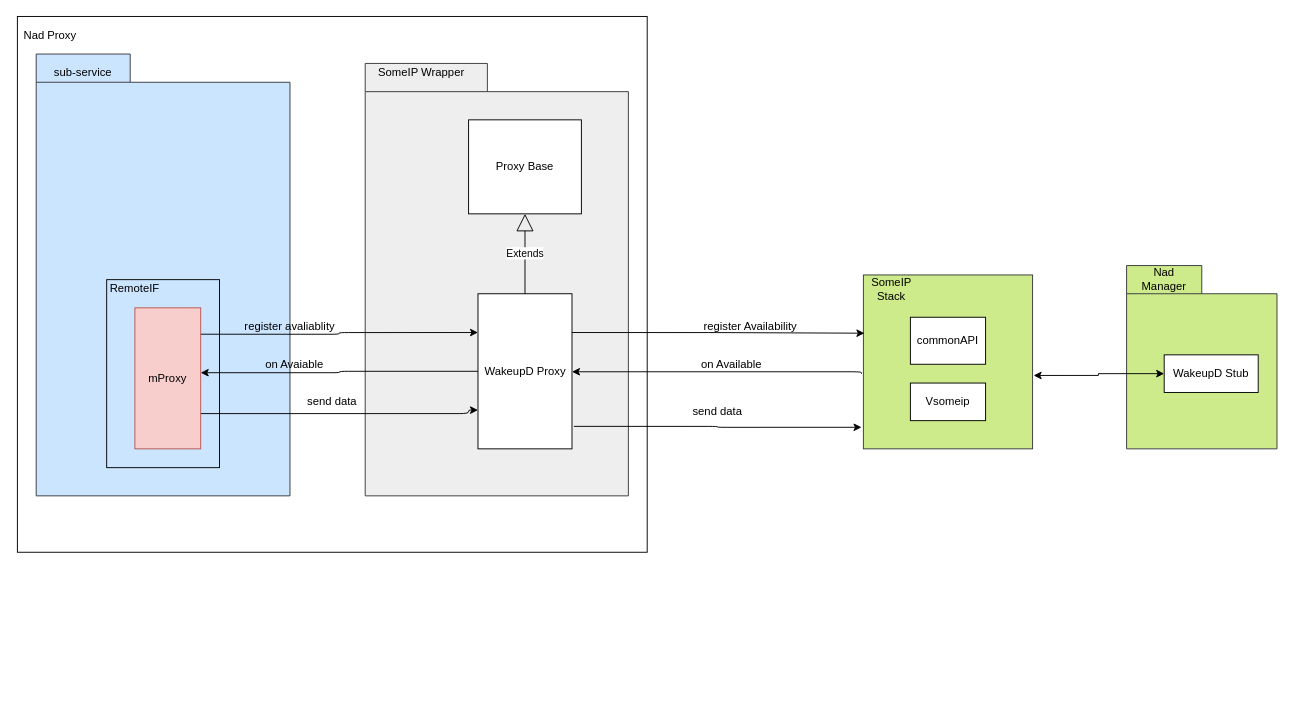
Earlier version of the draw.io diagram page "RemoteStubmonitor_sip" (6 of 16) of doc/SA cert/Design/availability.drawio (taikt/codefun). Source tidied: cells renumbered, new cells numbered last; positions are measured from the earlier drawing's top-left corner, leaving out a move shared by most shapes. Both pictures are drawn from the tidied source at 94%, with x=0, y=0 at pixel (17, -153).
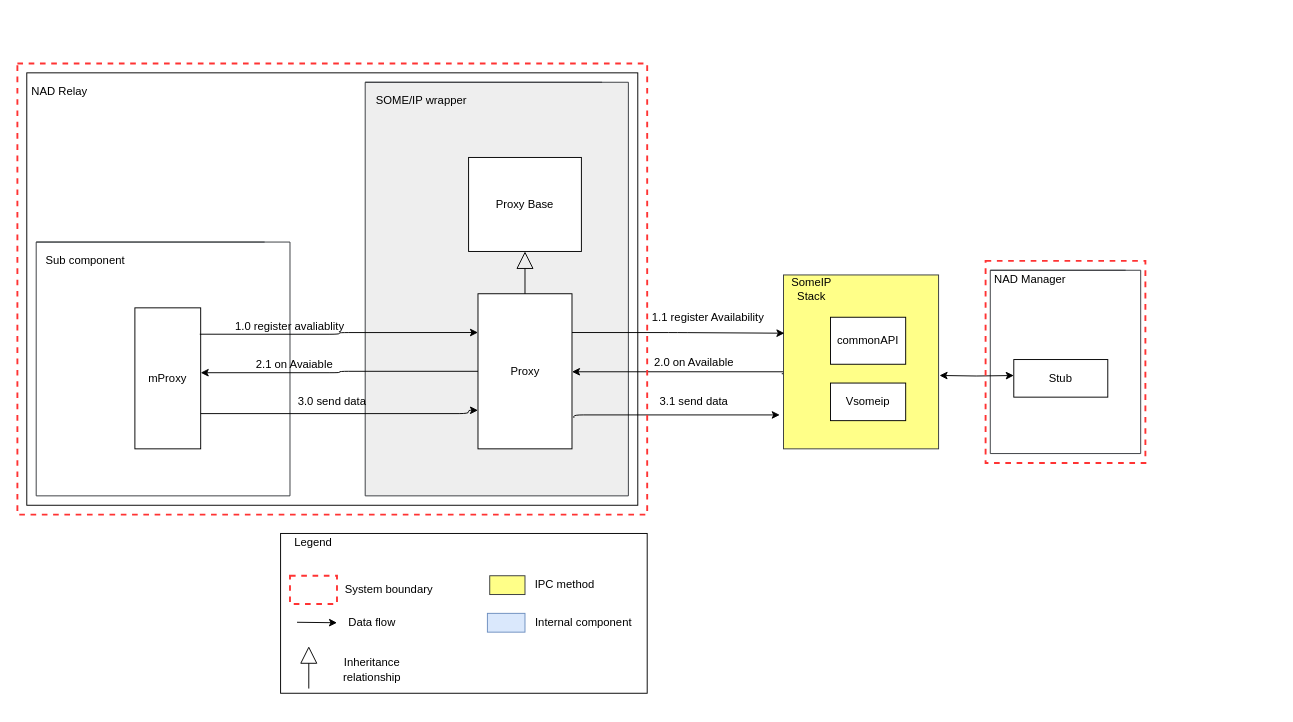
After the change.

What changed in the source:
```diff
@@
-    <mxCell id="2" style="shape=folder;fontStyle=1;tabWidth=130;tabHeight=30;tabPosition=left;html=1;boundedLbl=1;fillColor=#eeeeee;strokeColor=#36393d;" parent="1" vertex="1">
-      <mxGeometry x="370" y="230" width="280" height="460" as="geometry" />
+    <mxCell id="2" style="shape=folder;fontStyle=1;tabWidth=280;tabHeight=0;tabPosition=left;html=1;boundedLbl=1;fillColor=#eeeeee;strokeColor=#36393d;" parent="1" vertex="1">
+      <mxGeometry x="370" y="250" width="280" height="440" as="geometry" />
     </mxCell>
-    <mxCell id="3" value="SomeIP Wrapper" style="text;html=1;strokeColor=none;fillColor=none;align=center;verticalAlign=middle;whiteSpace=wrap;rounded=0;" parent="1" vertex="1">
-      <mxGeometry x="380" y="230" width="100" height="20" as="geometry" />
+    <mxCell id="3" value="SOME/IP wrapper" style="text;html=1;strokeColor=none;fillColor=none;align=center;verticalAlign=middle;whiteSpace=wrap;rounded=0;" parent="1" vertex="1">
+      <mxGeometry x="380" y="260" width="100" height="20" as="geometry" />
     </mxCell>
     <mxCell id="4" value="Proxy Base" style="rounded=0;whiteSpace=wrap;html=1;" parent="1" vertex="1">
-      <mxGeometry x="480" y="290" width="120" height="100" as="geometry" />
+      <mxGeometry x="480" y="330" width="120" height="100" as="geometry" />
     </mxCell>
@@
-    <mxCell id="6" style="rounded=0;whiteSpace=wrap;html=1;fillColor=#cdeb8b;strokeColor=#36393d;" parent="1" vertex="1">
-      <mxGeometry x="900" y="455" width="180" height="185" as="geometry" />
+    <mxCell id="6" style="rounded=0;whiteSpace=wrap;html=1;fillColor=#ffff88;strokeColor=#36393d;" parent="1" vertex="1">
+      <mxGeometry x="815" y="455" width="165" height="185" as="geometry" />
     </mxCell>
     <mxCell id="7" value="commonAPI" style="rounded=0;whiteSpace=wrap;html=1;" parent="1" vertex="1">
-      <mxGeometry x="950" y="500" width="80" height="50" as="geometry" />
+      <mxGeometry x="865" y="500" width="80" height="50" as="geometry" />
     </mxCell>
     <mxCell id="8" value="Vsomeip" style="rounded=0;whiteSpace=wrap;html=1;" parent="1" vertex="1">
-      <mxGeometry x="950" y="570" width="80" height="40" as="geometry" />
+      <mxGeometry x="865" y="570" width="80" height="40" as="geometry" />
     </mxCell>
@@
-    <mxCell id="10" style="edgeStyle=orthogonalEdgeStyle;rounded=1;jettySize=auto;html=1;exitX=1.02;exitY=0.855;exitDx=0;exitDy=0;entryX=-0.011;entryY=0.876;entryDx=0;entryDy=0;entryPerimeter=0;exitPerimeter=0;" parent="1" edge="1" source="11" target="6">
-      <mxGeometry relative="1" as="geometry" />
+    <mxCell id="10" style="edgeStyle=orthogonalEdgeStyle;rounded=1;jettySize=auto;html=1;exitX=1.02;exitY=0.8;exitDx=0;exitDy=0;entryX=-0.024;entryY=0.805;entryDx=0;entryDy=0;entryPerimeter=0;exitPerimeter=0;" parent="1" edge="1" source="11" target="6">
+      <mxGeometry relative="1" as="geometry">
+        <Array as="points">
+          <mxPoint x="592" y="604" />
+        </Array>
+      </mxGeometry>
     </mxCell>
-    <mxCell id="11" value="WakeupD Proxy" style="html=1;" parent="1" vertex="1">
+    <mxCell id="11" value="Proxy" style="html=1;" parent="1" vertex="1">
       <mxGeometry x="490" y="475" width="100" height="165" as="geometry" />
     </mxCell>
-    <mxCell id="12" style="shape=folder;fontStyle=1;tabWidth=100;tabHeight=30;tabPosition=left;html=1;boundedLbl=1;strokeColor=#36393d;fillColor=#cce5ff;" parent="1" vertex="1">
-      <mxGeometry x="20" y="220" width="270" height="470" as="geometry" />
+    <mxCell id="12" style="shape=folder;fontStyle=1;tabWidth=260;tabHeight=0;tabPosition=left;html=1;boundedLbl=1;strokeColor=#36393d;fillColor=none;" parent="1" vertex="1">
+      <mxGeometry x="20" y="420" width="270" height="270" as="geometry" />
     </mxCell>
-    <mxCell id="13" style="rounded=0;whiteSpace=wrap;html=1;fillColor=none;" parent="1" vertex="1">
-      <mxGeometry x="95" y="460" width="120" height="200" as="geometry" />
-    </mxCell>
-    <mxCell id="14" value="sub-service" style="text;html=1;strokeColor=none;fillColor=none;align=center;verticalAlign=middle;whiteSpace=wrap;rounded=0;" parent="1" vertex="1">
-      <mxGeometry x="20" y="230" width="100" height="20" as="geometry" />
-    </mxCell>
     <mxCell id="15" value="SomeIP Stack" style="text;html=1;strokeColor=none;fillColor=none;align=center;verticalAlign=middle;whiteSpace=wrap;rounded=0;" parent="1" vertex="1">
-      <mxGeometry x="910" y="460" width="40" height="20" as="geometry" />
+      <mxGeometry x="825" y="460" width="40" height="20" as="geometry" />
     </mxCell>
-    <mxCell id="16" style="shape=folder;fontStyle=1;tabWidth=80;tabHeight=30;tabPosition=left;html=1;boundedLbl=1;fillColor=#cdeb8b;strokeColor=#36393d;" parent="1" vertex="1">
-      <mxGeometry x="1180" y="445" width="160" height="195" as="geometry" />
+    <mxCell id="16" style="shape=folder;fontStyle=1;tabWidth=155;tabHeight=0;tabPosition=left;html=1;boundedLbl=1;strokeColor=#36393d;fillColor=none;" parent="1" vertex="1">
+      <mxGeometry x="1035" y="450" width="160" height="195" as="geometry" />
     </mxCell>
-    <mxCell id="17" value="Nad Manager" style="text;html=1;strokeColor=none;fillColor=none;align=center;verticalAlign=middle;whiteSpace=wrap;rounded=0;" parent="1" vertex="1">
-      <mxGeometry x="1200" y="450" width="40" height="20" as="geometry" />
+    <mxCell id="17" value="NAD Manager" style="text;html=1;strokeColor=none;fillColor=none;align=center;verticalAlign=middle;whiteSpace=wrap;rounded=0;" parent="1" vertex="1">
+      <mxGeometry x="1035" y="450" width="85" height="20" as="geometry" />
     </mxCell>
-    <mxCell id="18" style="edgeStyle=orthogonalEdgeStyle;rounded=0;jettySize=auto;html=1;exitX=0;exitY=0.5;exitDx=0;exitDy=0;entryX=1.006;entryY=0.578;entryDx=0;entryDy=0;startArrow=classic;startFill=1;endArrow=classic;endFill=1;strokeColor=#000000;entryPerimeter=0;" parent="1" edge="1" source="19" target="6">
-      <mxGeometry relative="1" as="geometry" />
+    <mxCell id="18" style="edgeStyle=orthogonalEdgeStyle;rounded=0;jettySize=auto;html=1;entryX=1.006;entryY=0.578;entryDx=0;entryDy=0;startArrow=classic;startFill=1;endArrow=classic;endFill=1;strokeColor=#000000;entryPerimeter=0;" parent="1" edge="1" target="6">
+      <mxGeometry relative="1" as="geometry">
+        <mxPoint x="1060" y="562" as="sourcePoint" />
+      </mxGeometry>
     </mxCell>
-    <mxCell id="19" value="WakeupD Stub" style="rounded=0;whiteSpace=wrap;html=1;" parent="1" vertex="1">
-      <mxGeometry x="1220" y="540" width="100" height="40" as="geometry" />
+    <mxCell id="19" value="Stub" style="rounded=0;whiteSpace=wrap;html=1;" parent="1" vertex="1">
+      <mxGeometry x="1060" y="545" width="100" height="40" as="geometry" />
     </mxCell>
-    <mxCell id="20" value="RemoteIF" style="text;html=1;strokeColor=none;fillColor=none;align=center;verticalAlign=middle;whiteSpace=wrap;rounded=0;" parent="1" vertex="1">
-      <mxGeometry x="95" y="460" width="60" height="20" as="geometry" />
+    <mxCell id="20" value="Sub component" style="text;html=1;strokeColor=none;fillColor=none;align=center;verticalAlign=middle;whiteSpace=wrap;rounded=0;" parent="1" vertex="1">
+      <mxGeometry x="10" y="420" width="125" height="40" as="geometry" />
     </mxCell>
@@
-    <mxCell id="22" style="edgeStyle=orthogonalEdgeStyle;rounded=1;jettySize=auto;html=1;exitX=1;exitY=0.75;exitDx=0;exitDy=0;entryX=0;entryY=0.75;entryDx=0;entryDy=0;" parent="1" edge="1" source="23" target="11">
+    <mxCell id="22" style="edgeStyle=orthogonalEdgeStyle;rounded=1;jettySize=auto;html=1;exitX=1;exitY=0.75;exitDx=0;exitDy=0;" parent="1" edge="1" source="23">
       <mxGeometry relative="1" as="geometry">
+        <mxPoint x="490" y="599" as="targetPoint" />
         <Array as="points">
           <mxPoint x="480" y="603" />
           <mxPoint x="480" y="599" />
         </Array>
       </mxGeometry>
     </mxCell>
-    <mxCell id="23" value="mProxy" style="rounded=0;whiteSpace=wrap;html=1;fillColor=#f8cecc;strokeColor=#b85450;" parent="1" vertex="1">
+    <mxCell id="23" value="mProxy" style="rounded=0;whiteSpace=wrap;html=1;fillColor=none;" parent="1" vertex="1">
       <mxGeometry x="125" y="490" width="70" height="150" as="geometry" />
     </mxCell>
-    <mxCell id="24" value="register avaliablity" style="text;html=1;strokeColor=none;fillColor=none;align=center;verticalAlign=middle;whiteSpace=wrap;rounded=0;" parent="1" vertex="1">
+    <mxCell id="24" value="1.0 register avaliablity" style="text;html=1;strokeColor=none;fillColor=none;align=center;verticalAlign=middle;whiteSpace=wrap;rounded=0;" parent="1" vertex="1">
       <mxGeometry x="230" y="500" width="120" height="20" as="geometry" />
     </mxCell>
-    <mxCell id="25" value="on Avaiable" style="text;html=1;strokeColor=none;fillColor=none;align=center;verticalAlign=middle;whiteSpace=wrap;rounded=0;" parent="1" vertex="1">
+    <mxCell id="25" value="2.1 on Avaiable" style="text;html=1;strokeColor=none;fillColor=none;align=center;verticalAlign=middle;whiteSpace=wrap;rounded=0;" parent="1" vertex="1">
       <mxGeometry x="250" y="540" width="90" height="20" as="geometry" />
     </mxCell>
@@
-    <mxCell id="31" value="register Availability" style="text;html=1;strokeColor=none;fillColor=none;align=center;verticalAlign=middle;whiteSpace=wrap;rounded=0;" parent="1" vertex="1">
-      <mxGeometry x="700" y="500" width="160" height="20" as="geometry" />
+    <mxCell id="31" value="1.1 register Availability" style="text;html=1;strokeColor=none;fillColor=none;align=center;verticalAlign=middle;whiteSpace=wrap;rounded=0;" parent="1" vertex="1">
+      <mxGeometry x="655" y="490" width="160" height="20" as="geometry" />
     </mxCell>
-    <mxCell id="32" value="on Available" style="text;html=1;strokeColor=none;fillColor=none;align=center;verticalAlign=middle;whiteSpace=wrap;rounded=0;" parent="1" vertex="1">
-      <mxGeometry x="680" y="540" width="160" height="20" as="geometry" />
+    <mxCell id="32" value="2.0 on Available" style="text;html=1;strokeColor=none;fillColor=none;align=center;verticalAlign=middle;whiteSpace=wrap;rounded=0;" parent="1" vertex="1">
+      <mxGeometry x="640" y="537.5" width="160" height="20" as="geometry" />
     </mxCell>
-    <mxCell id="33" value="Nad Proxy" style="text;html=1;strokeColor=none;fillColor=none;align=center;verticalAlign=middle;whiteSpace=wrap;rounded=0;" parent="1" vertex="1">
-      <mxGeometry y="190" width="70" height="20" as="geometry" />
+    <mxCell id="33" value="NAD Relay" style="text;html=1;strokeColor=none;fillColor=none;align=center;verticalAlign=middle;whiteSpace=wrap;rounded=0;" parent="1" vertex="1">
+      <mxGeometry x="10" y="250" width="70" height="20" as="geometry" />
     </mxCell>
@@
-    <mxCell id="35" value="send data" style="text;html=1;strokeColor=none;fillColor=none;align=center;verticalAlign=middle;whiteSpace=wrap;rounded=0;" parent="1" vertex="1">
+    <mxCell id="35" value="3.0 send data" style="text;html=1;strokeColor=none;fillColor=none;align=center;verticalAlign=middle;whiteSpace=wrap;rounded=0;" parent="1" vertex="1">
       <mxGeometry x="290" y="580" width="90" height="20" as="geometry" />
     </mxCell>
-    <mxCell id="36" value="send data" style="text;html=1;strokeColor=none;fillColor=none;align=center;verticalAlign=middle;whiteSpace=wrap;rounded=0;" parent="1" vertex="1">
-      <mxGeometry x="700" y="590" width="90" height="20" as="geometry" />
+    <mxCell id="36" value="3.1 send data" style="text;html=1;strokeColor=none;fillColor=none;align=center;verticalAlign=middle;whiteSpace=wrap;rounded=0;" parent="1" vertex="1">
+      <mxGeometry x="675" y="580" width="90" height="20" as="geometry" />
     </mxCell>
-    <mxCell id="37" style="rounded=0;whiteSpace=wrap;html=1;fillColor=none;" parent="1" vertex="1">
-      <mxGeometry y="180" width="670" height="570" as="geometry" />
-    </mxCell>
-    <mxCell id="38" value="Extends" style="endArrow=block;endSize=16;endFill=0;html=1;exitX=0.5;exitY=0;exitDx=0;exitDy=0;entryX=0.5;entryY=1;entryDx=0;entryDy=0;" parent="1" edge="1" source="11" target="4">
+    <mxCell id="38" style="endArrow=block;endSize=16;endFill=0;html=1;exitX=0.5;exitY=0;exitDx=0;exitDy=0;entryX=0.5;entryY=1;entryDx=0;entryDy=0;" parent="1" edge="1" source="11" target="4">
       <mxGeometry relative="1" as="geometry" />
     </mxCell>
+    <mxCell id="39" style="rounded=0;whiteSpace=wrap;html=1;" parent="1" vertex="1">
+      <mxGeometry x="280" y="730" width="390" height="170" as="geometry" />
+    </mxCell>
+    <mxCell id="40" value="Legend" style="text;html=1;strokeColor=none;fillColor=none;align=center;verticalAlign=middle;whiteSpace=wrap;rounded=0;" parent="1" vertex="1">
+      <mxGeometry x="280" y="730" width="70" height="20" as="geometry" />
+    </mxCell>
+    <mxCell id="41" style="rounded=0;whiteSpace=wrap;html=1;fillColor=#ffff88;strokeColor=#36393d;" parent="1" vertex="1">
+      <mxGeometry x="502.5" y="775" width="37.5" height="20" as="geometry" />
+    </mxCell>
+    <mxCell id="42" style="rounded=0;whiteSpace=wrap;html=1;fillColor=#dae8fc;strokeColor=#6c8ebf;" parent="1" vertex="1">
+      <mxGeometry x="500" y="815" width="40" height="20" as="geometry" />
+    </mxCell>
+    <mxCell id="43" style="rounded=0;whiteSpace=wrap;html=1;fillColor=none;strokeColor=#FF3333;strokeWidth=2;dashed=1;" parent="1" vertex="1">
+      <mxGeometry x="290" y="775" width="50" height="30" as="geometry" />
+    </mxCell>
+    <mxCell id="44" style="endArrow=classic;html=1;rounded=0;" parent="1" edge="1">
+      <mxGeometry relative="1" as="geometry">
+        <mxPoint x="297.5" y="824.5" as="sourcePoint" />
+        <mxPoint x="340" y="825" as="targetPoint" />
+      </mxGeometry>
+    </mxCell>
+    <mxCell id="45" value="IPC method" style="text;html=1;strokeColor=none;fillColor=none;align=center;verticalAlign=middle;whiteSpace=wrap;rounded=0;" parent="1" vertex="1">
+      <mxGeometry x="540" y="770" width="85" height="30" as="geometry" />
+    </mxCell>
+    <mxCell id="46" value="Internal component" style="text;html=1;strokeColor=none;fillColor=none;align=center;verticalAlign=middle;whiteSpace=wrap;rounded=0;" parent="1" vertex="1">
+      <mxGeometry x="550" y="810" width="105" height="30" as="geometry" />
+    </mxCell>
+    <mxCell id="47" value="System boundary" style="text;html=1;strokeColor=none;fillColor=none;align=center;verticalAlign=middle;whiteSpace=wrap;rounded=0;" parent="1" vertex="1">
+      <mxGeometry x="342.5" y="775" width="105" height="30" as="geometry" />
+    </mxCell>
+    <mxCell id="48" value="Data flow" style="text;html=1;strokeColor=none;fillColor=none;align=center;verticalAlign=middle;whiteSpace=wrap;rounded=0;" parent="1" vertex="1">
+      <mxGeometry x="325" y="810" width="105" height="30" as="geometry" />
+    </mxCell>
+    <mxCell id="49" style="rounded=0;whiteSpace=wrap;html=1;fillColor=none;strokeColor=#FF3333;strokeWidth=2;dashed=1;" parent="1" vertex="1">
+      <mxGeometry x="1030" y="440" width="170" height="215" as="geometry" />
+    </mxCell>
+    <mxCell id="50" style="rounded=0;whiteSpace=wrap;html=1;fillColor=none;strokeColor=#FF3333;strokeWidth=2;dashed=1;" parent="1" vertex="1">
+      <mxGeometry y="230" width="670" height="480" as="geometry" />
+    </mxCell>
+    <mxCell id="51" style="endArrow=block;endSize=16;endFill=0;html=1;exitX=0.5;exitY=0;exitDx=0;exitDy=0;entryX=0.5;entryY=1;entryDx=0;entryDy=0;" parent="1" edge="1">
+      <mxGeometry relative="1" as="geometry">
+        <mxPoint x="310" y="895" as="sourcePoint" />
+        <mxPoint x="310" y="850" as="targetPoint" />
+      </mxGeometry>
+    </mxCell>
+    <mxCell id="52" value="Inheritance relationship" style="text;html=1;strokeColor=none;fillColor=none;align=center;verticalAlign=middle;whiteSpace=wrap;rounded=0;" parent="1" vertex="1">
+      <mxGeometry x="325" y="860" width="105" height="30" as="geometry" />
+    </mxCell>
+    <mxCell id="53" style="rounded=0;whiteSpace=wrap;html=1;fillColor=none;" parent="1" vertex="1">
+      <mxGeometry x="10" y="240" width="650" height="460" as="geometry" />
+    </mxCell>
```
